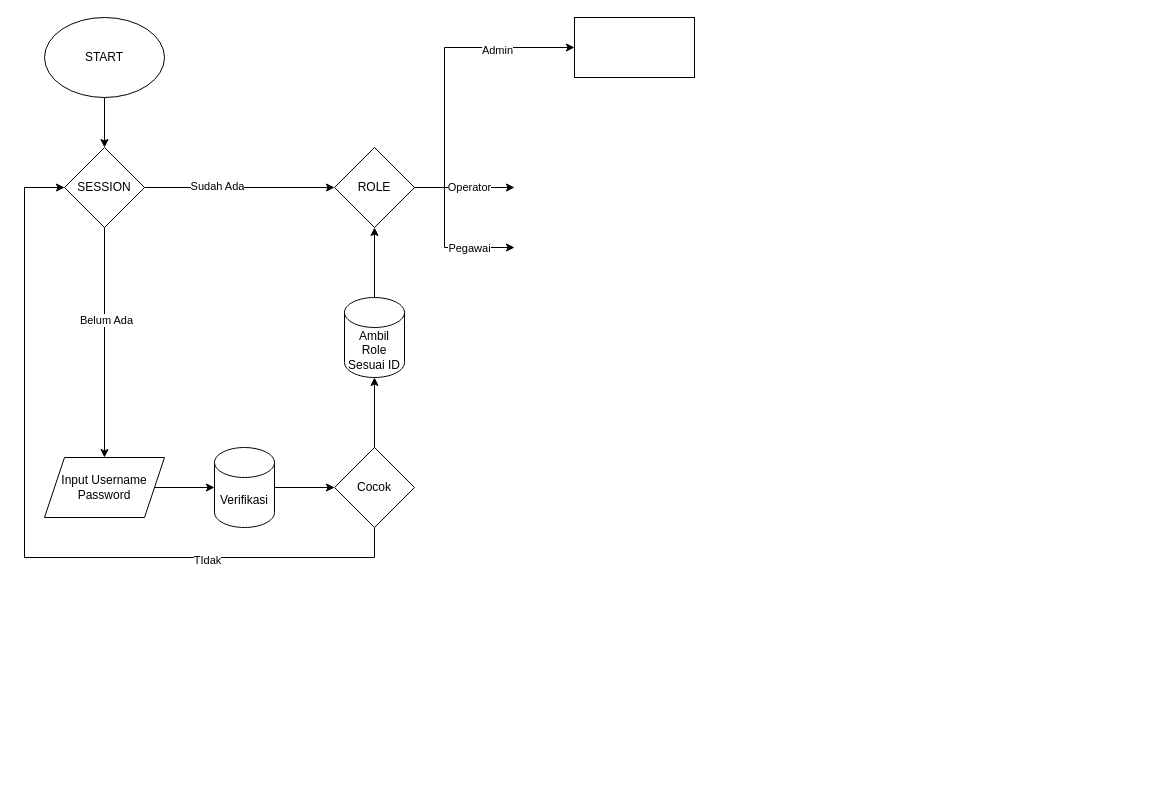
Rabbitz124/Kepegawaian keeps this draw.io diagram as Diagram Tanpa Judul.drawio. Above is the earlier version. Source tidied: cells renumbered, new cells numbered last; positions are measured from the earlier drawing's top-left corner, leaving out a move shared by most shapes. Both pictures are drawn from the tidied source at 100%, with x=0, y=0 at pixel (24, 17).
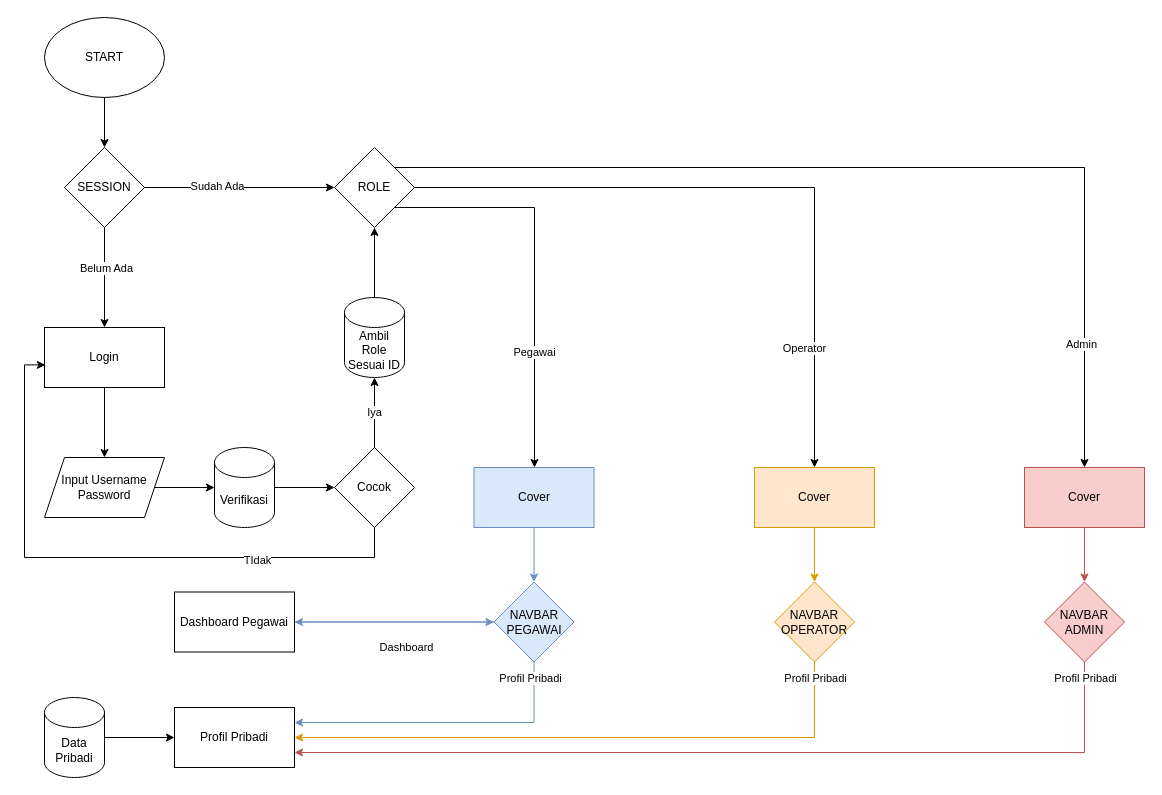
The same page after the edit.

Unchanged cells that the change refers to:
```xml
<mxCell id="8" value="SESSION" style="rhombus;whiteSpace=wrap;html=1;" parent="1" vertex="1">
  <mxGeometry x="40" y="130" width="80" height="80" as="geometry" />
</mxCell>
<mxCell id="15" value="ROLE" style="rhombus;whiteSpace=wrap;html=1;" parent="1" vertex="1">
  <mxGeometry x="310" y="130" width="80" height="80" as="geometry" />
</mxCell>
<mxCell id="19" value="Input Username&lt;br&gt;Password" style="shape=parallelogram;perimeter=parallelogramPerimeter;whiteSpace=wrap;html=1;fixedSize=1;" parent="1" vertex="1">
  <mxGeometry x="20" y="440" width="120" height="60" as="geometry" />
</mxCell>
<mxCell id="22" value="Cocok" style="rhombus;whiteSpace=wrap;html=1;" parent="1" vertex="1">
  <mxGeometry x="310" y="430" width="80" height="80" as="geometry" />
</mxCell>
<mxCell id="24" value="Ambil Role&lt;br&gt;Sesuai ID" style="shape=cylinder3;whiteSpace=wrap;html=1;boundedLbl=1;backgroundOutline=1;size=15;" parent="1" vertex="1">
  <mxGeometry x="320" y="280" width="60" height="80" as="geometry" />
</mxCell>
```

What changed in the source:
```diff
@@
-    <mxCell id="6" style="edgeStyle=orthogonalEdgeStyle;rounded=0;jettySize=auto;html=1;" parent="1" edge="1" source="8" target="19">
+    <mxCell id="6" style="edgeStyle=orthogonalEdgeStyle;rounded=0;jettySize=auto;html=1;" parent="1" edge="1" source="33" target="19">
       <mxGeometry relative="1" as="geometry" />
     </mxCell>
-    <mxCell id="7" value="Belum Ada" style="edgeLabel;html=1;align=center;verticalAlign=middle;" parent="6" vertex="1">
-      <mxGeometry x="-0.2" y="1" relative="1" as="geometry" />
-    </mxCell>
@@
-    <mxCell id="9" style="edgeStyle=orthogonalEdgeStyle;rounded=0;jettySize=auto;html=1;entryX=0;entryY=0.5;entryDx=0;entryDy=0;" parent="1" edge="1" source="15" target="26">
-      <mxGeometry relative="1" as="geometry">
-        <Array as="points">
-          <mxPoint x="420" y="170" />
-          <mxPoint x="420" y="30" />
-        </Array>
-      </mxGeometry>
-    </mxCell>
-    <mxCell id="10" value="Admin" style="edgeLabel;html=1;align=center;verticalAlign=middle;" parent="9" vertex="1">
-      <mxGeometry x="0.48" y="-2" relative="1" as="geometry" />
-    </mxCell>
-    <mxCell id="11" style="edgeStyle=orthogonalEdgeStyle;rounded=0;jettySize=auto;html=1;" parent="1" edge="1" source="15">
-      <mxGeometry relative="1" as="geometry">
-        <mxPoint x="490" y="170" as="targetPoint" />
-      </mxGeometry>
+    <mxCell id="11" style="edgeStyle=orthogonalEdgeStyle;rounded=0;jettySize=auto;html=1;" parent="1" edge="1" source="15" target="29">
+      <mxGeometry relative="1" as="geometry" />
     </mxCell>
     <mxCell id="12" value="Operator" style="edgeLabel;html=1;align=center;verticalAlign=middle;" parent="11" vertex="1">
-      <mxGeometry x="0.1" y="1" relative="1" as="geometry" />
+      <mxGeometry x="0.1" y="1" relative="1" as="geometry">
+        <mxPoint x="15" y="161" as="offset" />
+      </mxGeometry>
     </mxCell>
-    <mxCell id="13" style="edgeStyle=orthogonalEdgeStyle;rounded=0;jettySize=auto;html=1;" parent="1" edge="1" source="15">
+    <mxCell id="13" style="edgeStyle=orthogonalEdgeStyle;rounded=0;jettySize=auto;html=1;exitX=1;exitY=1;exitDx=0;exitDy=0;" parent="1" edge="1" source="15" target="31">
       <mxGeometry relative="1" as="geometry">
-        <mxPoint x="490" y="230" as="targetPoint" />
         <Array as="points">
-          <mxPoint x="420" y="170" />
-          <mxPoint x="420" y="230" />
+          <mxPoint x="510" y="190" />
         </Array>
       </mxGeometry>
     </mxCell>
     <mxCell id="14" value="Pegawai" style="edgeLabel;html=1;align=center;verticalAlign=middle;" parent="13" vertex="1">
-      <mxGeometry x="0.42" relative="1" as="geometry" />
+      <mxGeometry x="0.42" relative="1" as="geometry">
+        <mxPoint x="-1" as="offset" />
+      </mxGeometry>
     </mxCell>
+    <mxCell id="9" style="edgeStyle=orthogonalEdgeStyle;rounded=0;jettySize=auto;html=1;entryX=0.5;entryY=0;entryDx=0;entryDy=0;exitX=1;exitY=0;exitDx=0;exitDy=0;" parent="1" edge="1" source="15" target="26">
+      <mxGeometry relative="1" as="geometry" />
+    </mxCell>
@@
-    <mxCell id="20" style="edgeStyle=orthogonalEdgeStyle;rounded=0;jettySize=auto;html=1;entryX=0;entryY=0.5;entryDx=0;entryDy=0;" parent="1" edge="1" source="22" target="8">
+    <mxCell id="20" style="edgeStyle=orthogonalEdgeStyle;rounded=0;jettySize=auto;html=1;entryX=0.007;entryY=0.623;entryDx=0;entryDy=0;entryPerimeter=0;" parent="1" edge="1" source="22" target="33">
       <mxGeometry relative="1" as="geometry">
         <Array as="points">
           <mxPoint x="350" y="540" />
           <mxPoint y="540" />
-          <mxPoint y="170" />
+          <mxPoint y="347" />
+          <mxPoint x="21" y="347" />
         </Array>
       </mxGeometry>
     </mxCell>
@@
-    <mxCell id="25" style="edgeStyle=orthogonalEdgeStyle;rounded=0;jettySize=auto;html=1;entryX=0.5;entryY=1;entryDx=0;entryDy=0;entryPerimeter=0;" parent="1" edge="1" source="22" target="24">
+    <mxCell id="25" value="Iya" style="edgeStyle=orthogonalEdgeStyle;rounded=0;jettySize=auto;html=1;entryX=0.5;entryY=1;entryDx=0;entryDy=0;entryPerimeter=0;" parent="1" edge="1" source="22" target="24">
       <mxGeometry relative="1" as="geometry" />
     </mxCell>
+    <mxCell id="27" style="edgeStyle=orthogonalEdgeStyle;rounded=0;jettySize=auto;html=1;fillColor=#f8cecc;strokeColor=#b85450;" parent="1" edge="1" source="26" target="47">
+      <mxGeometry relative="1" as="geometry" />
+    </mxCell>
-    <mxCell id="26" style="rounded=0;whiteSpace=wrap;html=1;" parent="1" vertex="1">
-      <mxGeometry x="550" width="120" height="60" as="geometry" />
+    <mxCell id="26" value="Cover" style="rounded=0;whiteSpace=wrap;html=1;fillColor=#f8cecc;strokeColor=#b85450;" parent="1" vertex="1">
+      <mxGeometry x="1000" y="450" width="120" height="60" as="geometry" />
     </mxCell>
+    <mxCell id="28" style="edgeStyle=orthogonalEdgeStyle;rounded=0;jettySize=auto;html=1;fillColor=#ffe6cc;strokeColor=#d79b00;" parent="1" edge="1" source="29" target="45">
+      <mxGeometry relative="1" as="geometry" />
+    </mxCell>
+    <mxCell id="29" value="Cover" style="rounded=0;whiteSpace=wrap;html=1;fillColor=#ffe6cc;strokeColor=#d79b00;" parent="1" vertex="1">
+      <mxGeometry x="730" y="450" width="120" height="60" as="geometry" />
+    </mxCell>
+    <mxCell id="30" style="edgeStyle=orthogonalEdgeStyle;rounded=0;jettySize=auto;html=1;fillColor=#dae8fc;strokeColor=#6c8ebf;entryX=0.5;entryY=0;entryDx=0;entryDy=0;" parent="1" edge="1" source="31" target="38">
+      <mxGeometry relative="1" as="geometry" />
+    </mxCell>
+    <mxCell id="31" value="Cover" style="rounded=0;whiteSpace=wrap;html=1;fillColor=#dae8fc;strokeColor=#6c8ebf;" parent="1" vertex="1">
+      <mxGeometry x="449.5" y="450" width="120" height="60" as="geometry" />
+    </mxCell>
+    <mxCell id="10" value="Admin" style="edgeLabel;html=1;align=center;verticalAlign=middle;" parent="1" vertex="1">
+      <mxGeometry x="1060" y="330" as="geometry">
+        <mxPoint x="-4" y="-4" as="offset" />
+      </mxGeometry>
+    </mxCell>
+    <mxCell id="32" style="edgeStyle=orthogonalEdgeStyle;rounded=0;jettySize=auto;html=1;" parent="1" edge="1" source="8" target="33">
+      <mxGeometry relative="1" as="geometry" />
+    </mxCell>
+    <mxCell id="7" value="Belum Ada" style="edgeLabel;html=1;align=center;verticalAlign=middle;" parent="32" vertex="1">
+      <mxGeometry x="-0.2" y="1" relative="1" as="geometry" />
+    </mxCell>
+    <mxCell id="33" value="Login" style="rounded=0;whiteSpace=wrap;html=1;" parent="1" vertex="1">
+      <mxGeometry x="20" y="310" width="120" height="60" as="geometry" />
+    </mxCell>
+    <mxCell id="34" style="edgeStyle=orthogonalEdgeStyle;rounded=0;jettySize=auto;html=1;fillColor=#dae8fc;strokeColor=#6c8ebf;" parent="1" edge="1" source="38" target="40">
+      <mxGeometry relative="1" as="geometry" />
+    </mxCell>
+    <mxCell id="35" value="Dashboard" style="edgeLabel;html=1;align=center;verticalAlign=middle;" parent="34" vertex="1">
+      <mxGeometry x="-0.13" y="1" relative="1" as="geometry">
+        <mxPoint x="-1" y="24" as="offset" />
+      </mxGeometry>
+    </mxCell>
+    <mxCell id="36" style="edgeStyle=orthogonalEdgeStyle;rounded=0;jettySize=auto;html=1;exitX=0.5;exitY=1;exitDx=0;exitDy=0;entryX=1;entryY=0.25;entryDx=0;entryDy=0;fillColor=#dae8fc;strokeColor=#6c8ebf;" parent="1" edge="1" source="38" target="41">
+      <mxGeometry relative="1" as="geometry" />
+    </mxCell>
+    <mxCell id="37" value="Profil Pribadi" style="edgeLabel;html=1;align=center;verticalAlign=middle;" parent="36" vertex="1">
+      <mxGeometry x="0.7" y="1" relative="1" as="geometry">
+        <mxPoint x="190" y="-46" as="offset" />
+      </mxGeometry>
+    </mxCell>
+    <mxCell id="38" value="NAVBAR&lt;br&gt;PEGAWAI" style="rhombus;whiteSpace=wrap;html=1;fillColor=#dae8fc;strokeColor=#6c8ebf;" parent="1" vertex="1">
+      <mxGeometry x="469.5" y="564.5" width="80" height="80" as="geometry" />
+    </mxCell>
+    <mxCell id="39" style="edgeStyle=orthogonalEdgeStyle;rounded=0;jettySize=auto;html=1;exitX=1;exitY=0.5;exitDx=0;exitDy=0;fillColor=#dae8fc;strokeColor=#6c8ebf;" parent="1" edge="1" source="40" target="38">
+      <mxGeometry relative="1" as="geometry" />
+    </mxCell>
+    <mxCell id="40" value="Dashboard Pegawai" style="whiteSpace=wrap;html=1;" parent="1" vertex="1">
+      <mxGeometry x="150" y="574.5" width="120" height="60" as="geometry" />
+    </mxCell>
+    <mxCell id="41" value="Profil Pribadi" style="rounded=0;whiteSpace=wrap;html=1;" parent="1" vertex="1">
+      <mxGeometry x="150" y="690" width="120" height="60" as="geometry" />
+    </mxCell>
+    <mxCell id="42" style="edgeStyle=orthogonalEdgeStyle;rounded=0;jettySize=auto;html=1;entryX=0;entryY=0.5;entryDx=0;entryDy=0;" parent="1" edge="1" source="43" target="41">
+      <mxGeometry relative="1" as="geometry" />
+    </mxCell>
+    <mxCell id="43" value="Data Pribadi" style="shape=cylinder3;whiteSpace=wrap;html=1;boundedLbl=1;backgroundOutline=1;size=15;" parent="1" vertex="1">
+      <mxGeometry x="20" y="680" width="60" height="80" as="geometry" />
+    </mxCell>
+    <mxCell id="44" style="edgeStyle=orthogonalEdgeStyle;rounded=0;jettySize=auto;html=1;exitX=0.5;exitY=1;exitDx=0;exitDy=0;entryX=1;entryY=0.5;entryDx=0;entryDy=0;fillColor=#ffe6cc;strokeColor=#d79b00;" parent="1" edge="1" source="45" target="41">
+      <mxGeometry relative="1" as="geometry" />
+    </mxCell>
+    <mxCell id="45" value="NAVBAR&lt;br&gt;OPERATOR" style="rhombus;whiteSpace=wrap;html=1;rounded=0;fillColor=#ffe6cc;strokeColor=#d79b00;" parent="1" vertex="1">
+      <mxGeometry x="750" y="564.5" width="80" height="80" as="geometry" />
+    </mxCell>
+    <mxCell id="46" style="edgeStyle=orthogonalEdgeStyle;rounded=0;jettySize=auto;html=1;exitX=0.5;exitY=1;exitDx=0;exitDy=0;entryX=1;entryY=0.75;entryDx=0;entryDy=0;fillColor=#f8cecc;strokeColor=#b85450;" parent="1" edge="1" source="47" target="41">
+      <mxGeometry relative="1" as="geometry" />
+    </mxCell>
+    <mxCell id="47" value="NAVBAR&lt;br&gt;ADMIN" style="rhombus;whiteSpace=wrap;html=1;rounded=0;fillColor=#f8cecc;strokeColor=#b85450;" parent="1" vertex="1">
+      <mxGeometry x="1020" y="564.5" width="80" height="80" as="geometry" />
+    </mxCell>
+    <mxCell id="48" value="Profil Pribadi" style="edgeLabel;html=1;align=center;verticalAlign=middle;" parent="1" vertex="1">
+      <mxGeometry x="790" y="660" as="geometry" />
+    </mxCell>
+    <mxCell id="49" value="Profil Pribadi" style="edgeLabel;html=1;align=center;verticalAlign=middle;" parent="1" vertex="1">
+      <mxGeometry x="1060" y="660" as="geometry" />
+    </mxCell>
```
